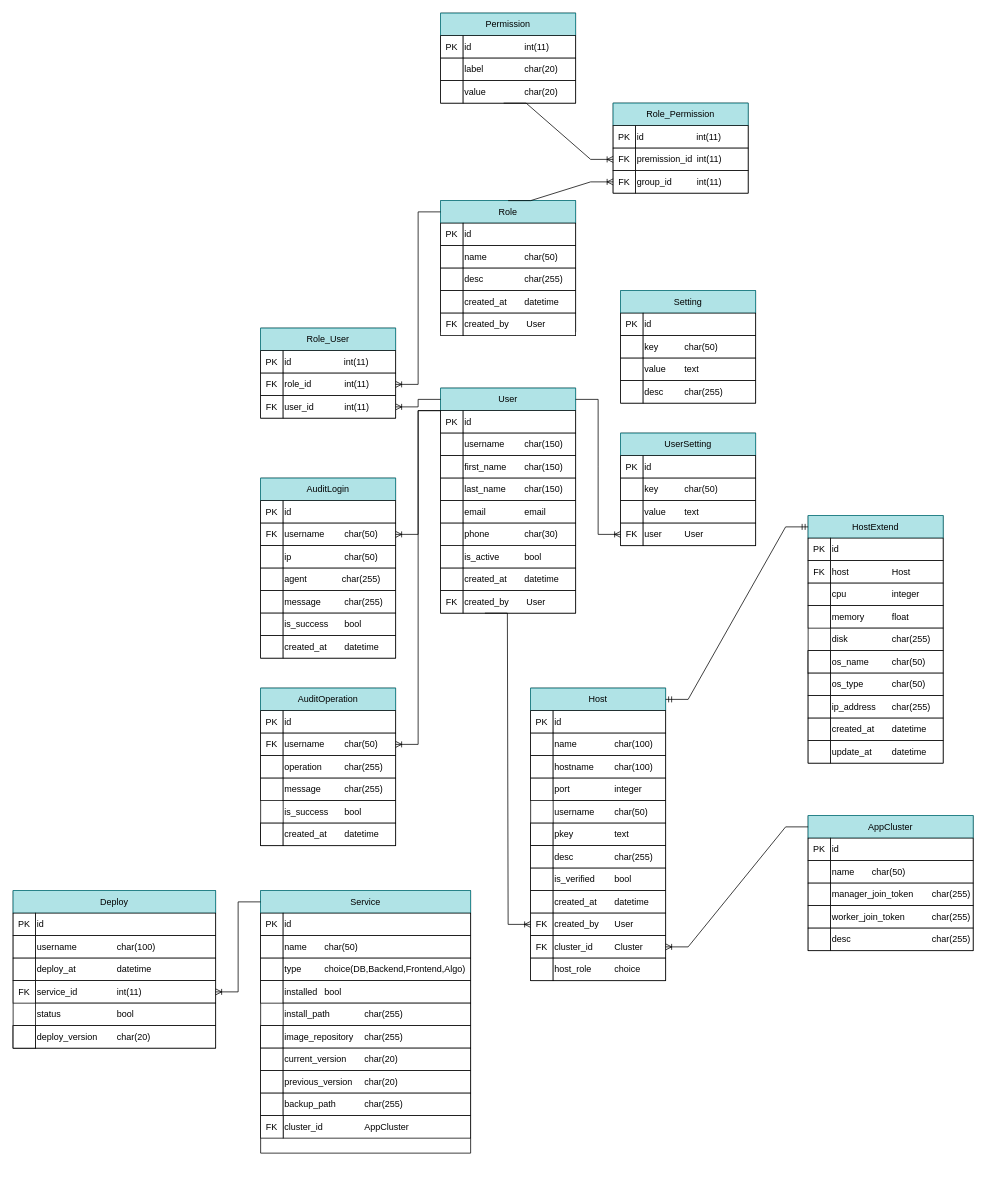
This is 思创运维平台数据库设计.drawio from yihezhou/diagrams, a draw.io file, before an edit. Source tidied: cells renumbered, new cells numbered last; positions are measured from the earlier drawing's top-left corner, leaving out a move shared by most shapes. Both pictures are drawn from the tidied source at 75%, with x=0, y=0 at pixel (13, 13).
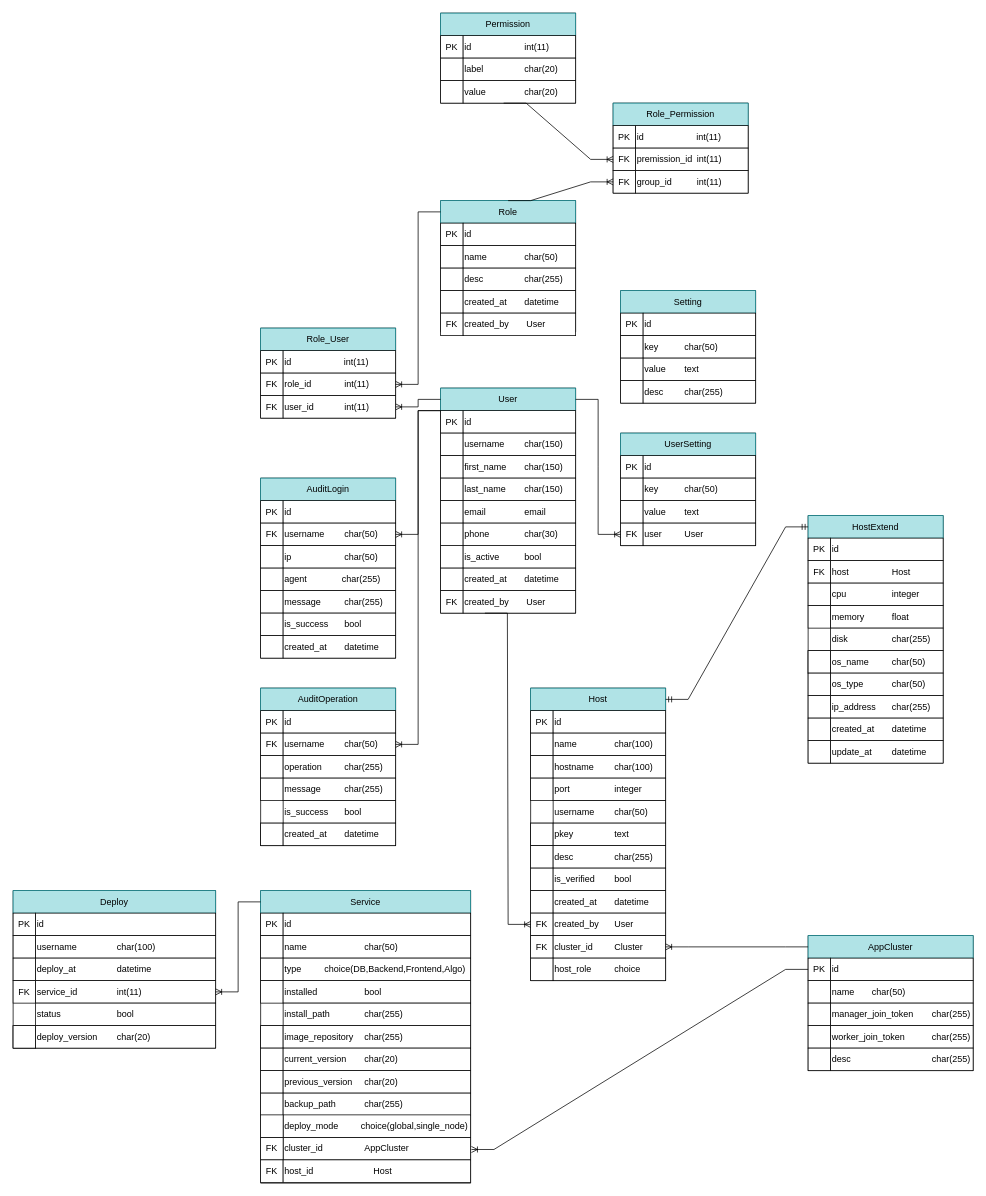
After the change.

Commit message:
更新思创运维平台数据库设计.drawio

What changed in the source:
```diff
@@
     <mxCell id="165" style="swimlane;startSize=0;" parent="1" vertex="1">
-      <mxGeometry x="1060" y="1070" width="220" height="180" as="geometry" />
+      <mxGeometry x="1060" y="1230" width="220" height="180" as="geometry" />
     </mxCell>
@@
     <mxCell id="178" style="swimlane;startSize=0;" parent="1" vertex="1">
-      <mxGeometry x="330" y="1170" width="280" height="350" as="geometry" />
+      <mxGeometry x="330" y="1170" width="280" height="390" as="geometry" />
     </mxCell>
@@
-    <mxCell id="183" value="name&lt;span style=&quot;white-space: pre;&quot;&gt;&#9;&lt;/span&gt;char(50)" style="rounded=0;whiteSpace=wrap;html=1;align=left;" parent="178" vertex="1">
+    <mxCell id="183" value="name&lt;span style=&quot;white-space: pre;&quot;&gt;&#9;&lt;/span&gt;&amp;nbsp; &amp;nbsp; &amp;nbsp; &amp;nbsp; &amp;nbsp; &amp;nbsp; &amp;nbsp; &amp;nbsp; char(50)" style="rounded=0;whiteSpace=wrap;html=1;align=left;" parent="178" vertex="1">
       <mxGeometry x="30" y="60" width="250" height="30" as="geometry" />
     </mxCell>
@@
-    <mxCell id="187" value="installed&amp;nbsp;&lt;span style=&quot;white-space: pre;&quot;&gt;&#9;&lt;/span&gt;bool" style="rounded=0;whiteSpace=wrap;html=1;align=left;" parent="178" vertex="1">
+    <mxCell id="187" value="installed&amp;nbsp;&lt;span style=&quot;white-space: pre;&quot;&gt;&#9;&lt;/span&gt;&amp;nbsp; &amp;nbsp; &amp;nbsp; &amp;nbsp; &amp;nbsp; &amp;nbsp; &amp;nbsp; &amp;nbsp; bool" style="rounded=0;whiteSpace=wrap;html=1;align=left;" parent="178" vertex="1">
       <mxGeometry x="30" y="120" width="250" height="30" as="geometry" />
     </mxCell>
@@
     <mxCell id="198" value="cluster_id&lt;span style=&quot;white-space: pre;&quot;&gt;&#9;&lt;/span&gt;&lt;span style=&quot;white-space: pre;&quot;&gt;&#9;&lt;/span&gt;&lt;span style=&quot;white-space: pre;&quot;&gt;&#9;&lt;/span&gt;AppCluster" style="rounded=0;whiteSpace=wrap;html=1;align=left;" parent="178" vertex="1">
-      <mxGeometry x="30" y="300" width="250" height="30" as="geometry" />
+      <mxGeometry x="30" y="329" width="250" height="30" as="geometry" />
     </mxCell>
     <mxCell id="199" value="FK" style="rounded=0;whiteSpace=wrap;html=1;" parent="178" vertex="1">
-      <mxGeometry y="300" width="30" height="30" as="geometry" />
+      <mxGeometry y="329" width="30" height="30" as="geometry" />
     </mxCell>
+    <mxCell id="215" value="FK" style="rounded=0;whiteSpace=wrap;html=1;" parent="178" vertex="1">
+      <mxGeometry y="359" width="30" height="30" as="geometry" />
+    </mxCell>
+    <mxCell id="216" value="host_id&amp;nbsp; &amp;nbsp; &amp;nbsp; &amp;nbsp; &amp;nbsp; &amp;nbsp; &amp;nbsp; &amp;nbsp; &amp;nbsp; &amp;nbsp; &amp;nbsp; &amp;nbsp; Host" style="rounded=0;whiteSpace=wrap;html=1;align=left;fontSize=12;" parent="178" vertex="1">
+      <mxGeometry x="30" y="359" width="250" height="30" as="geometry" />
+    </mxCell>
+    <mxCell id="217" value="deploy_mode&amp;nbsp; &amp;nbsp; &amp;nbsp; &amp;nbsp; &amp;nbsp;choice(global,single_node)" style="rounded=0;whiteSpace=wrap;html=1;align=left;fontSize=12;" parent="178" vertex="1">
+      <mxGeometry x="30" y="299" width="250" height="30" as="geometry" />
+    </mxCell>
+    <mxCell id="218" style="rounded=0;whiteSpace=wrap;html=1;" parent="178" vertex="1">
+      <mxGeometry y="299" width="30" height="30" as="geometry" />
+    </mxCell>
@@
+    <mxCell id="219" style="edgeStyle=entityRelationEdgeStyle;fontSize=12;html=1;endArrow=ERoneToMany;rounded=0;entryX=1.004;entryY=0.885;entryDx=0;entryDy=0;entryPerimeter=0;exitX=0;exitY=0.25;exitDx=0;exitDy=0;" parent="1" edge="1" source="165" target="178">
+      <mxGeometry relative="1" as="geometry">
+        <Array as="points">
+          <mxPoint x="900" y="1400" />
+        </Array>
+      </mxGeometry>
+    </mxCell>
```
